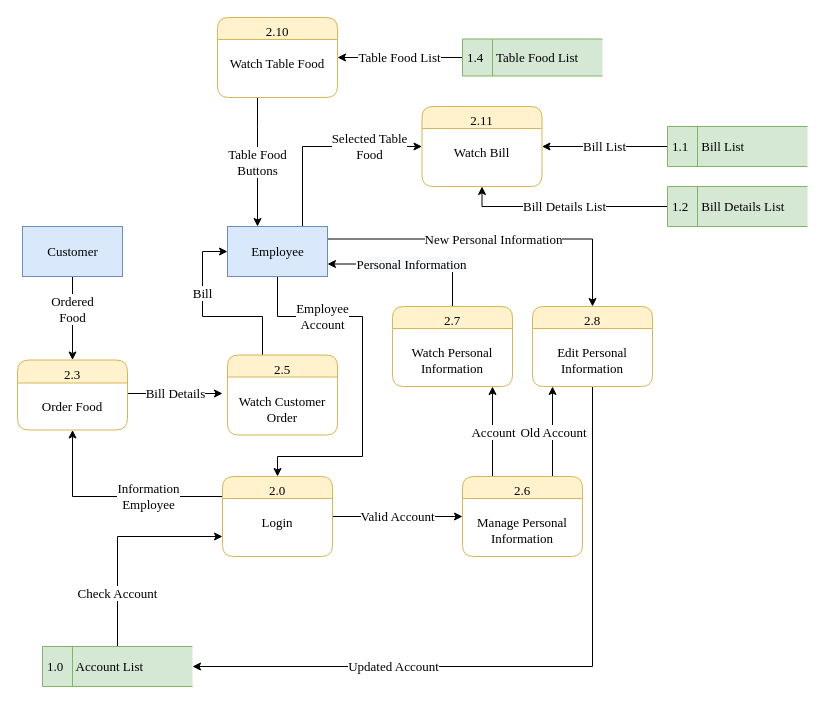
Earlier version of the draw.io diagram page "Level 2 - Employee" (7 of 9) of document/data flow/dfd.drawio (daomtthuan/do-an). Source tidied: cells renumbered, new cells numbered last; positions are measured from the earlier drawing's top-left corner, leaving out a move shared by most shapes. Both pictures are drawn from the tidied source at 100%, with x=0, y=0 at pixel (17, 17).
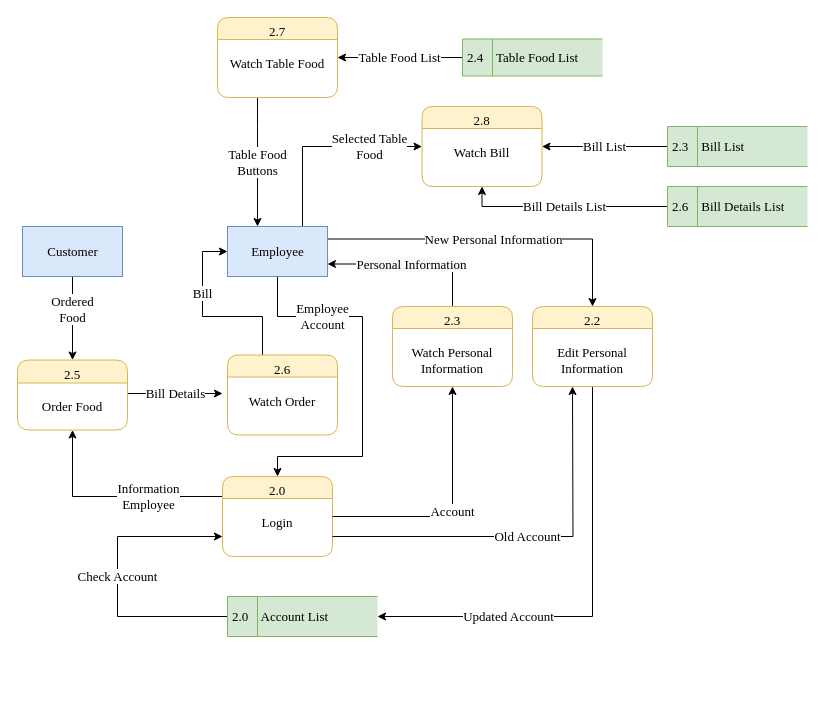
Above is the later version.

Unchanged cells that the change refers to:
```xml
<mxCell id="12" value="2.0&#10;&#10;Login" style="swimlane;fontStyle=0;horizontal=1;startSize=22;fillColor=#fff2cc;swimlaneFillColor=#ffffff;rounded=1;strokeWidth=1;verticalAlign=top;arcSize=17;labelPosition=center;verticalLabelPosition=middle;align=center;fontFamily=Times New Roman;strokeColor=#d6b656;fontSize=13;" parent="1" vertex="1">
  <mxGeometry x="205" y="459" width="110" height="80" as="geometry" />
</mxCell>
```

What changed in the source:
```diff
@@
-    <mxCell id="3" value="1.4&amp;nbsp; &amp;nbsp; Table Food List" style="html=1;dashed=0;whitespace=wrap;shape=mxgraph.dfd.dataStoreID;align=left;spacingLeft=3;points=[[0,0],[0.5,0],[1,0],[0,0.5],[1,0.5],[0,1],[0.5,1],[1,1]];fillColor=#d5e8d4;strokeColor=#82b366;fontFamily=Times New Roman;fontSize=13;" parent="1" vertex="1">
+    <mxCell id="3" value="2.4&amp;nbsp; &amp;nbsp; Table Food List" style="html=1;dashed=0;whitespace=wrap;shape=mxgraph.dfd.dataStoreID;align=left;spacingLeft=3;points=[[0,0],[0.5,0],[1,0],[0,0.5],[1,0.5],[0,1],[0.5,1],[1,1]];fillColor=#d5e8d4;strokeColor=#82b366;fontFamily=Times New Roman;fontSize=13;" parent="1" vertex="1">
       <mxGeometry x="445" y="21.5" width="140" height="37" as="geometry" />
     </mxCell>
@@
-    <mxCell id="11" value="Valid Account" style="edgeStyle=orthogonalEdgeStyle;rounded=0;jettySize=auto;html=1;entryX=0;entryY=0.5;entryDx=0;entryDy=0;fontFamily=Times New Roman;fontSize=13;" parent="1" edge="1" source="12" target="29">
-      <mxGeometry relative="1" as="geometry" />
-    </mxCell>
@@
-    <mxCell id="14" value="2.5&#10;&#10;Watch Customer&#10;Order" style="swimlane;fontStyle=0;horizontal=1;startSize=22;fillColor=#fff2cc;swimlaneFillColor=#ffffff;rounded=1;strokeWidth=1;verticalAlign=top;arcSize=17;labelPosition=center;verticalLabelPosition=middle;align=center;fontFamily=Times New Roman;strokeColor=#d6b656;fontSize=13;" parent="1" vertex="1">
+    <mxCell id="14" value="2.6&#10;&#10;Watch Order" style="swimlane;fontStyle=0;horizontal=1;startSize=22;fillColor=#fff2cc;swimlaneFillColor=#ffffff;rounded=1;strokeWidth=1;verticalAlign=top;arcSize=17;labelPosition=center;verticalLabelPosition=middle;align=center;fontFamily=Times New Roman;strokeColor=#d6b656;fontSize=13;" parent="1" vertex="1">
       <mxGeometry x="210" y="337.5" width="110" height="80" as="geometry" />
     </mxCell>
@@
-    <mxCell id="16" value="2.3&#10;&#10;Order Food" style="swimlane;fontStyle=0;horizontal=1;startSize=23;fillColor=#fff2cc;swimlaneFillColor=#ffffff;rounded=1;strokeWidth=1;verticalAlign=top;arcSize=17;labelPosition=center;verticalLabelPosition=middle;align=center;fontFamily=Times New Roman;strokeColor=#d6b656;fontSize=13;" parent="1" vertex="1">
+    <mxCell id="16" value="2.5&#10;&#10;Order Food" style="swimlane;fontStyle=0;horizontal=1;startSize=23;fillColor=#fff2cc;swimlaneFillColor=#ffffff;rounded=1;strokeWidth=1;verticalAlign=top;arcSize=17;labelPosition=center;verticalLabelPosition=middle;align=center;fontFamily=Times New Roman;strokeColor=#d6b656;fontSize=13;" parent="1" vertex="1">
       <mxGeometry y="342.5" width="110" height="70" as="geometry" />
     </mxCell>
     <mxCell id="17" value="Check Account" style="edgeStyle=orthogonalEdgeStyle;rounded=0;jettySize=auto;html=1;entryX=0;entryY=0.75;entryDx=0;entryDy=0;fontFamily=Times New Roman;fontSize=13;" parent="1" edge="1" source="18" target="12">
-      <mxGeometry x="-0.51" relative="1" as="geometry">
+      <mxGeometry x="0.02" relative="1" as="geometry">
         <Array as="points">
           <mxPoint x="100" y="519" />
         </Array>
       </mxGeometry>
     </mxCell>
-    <mxCell id="18" value="1.0&amp;nbsp; &amp;nbsp; Account List" style="html=1;dashed=0;whitespace=wrap;shape=mxgraph.dfd.dataStoreID;align=left;spacingLeft=3;points=[[0,0],[0.5,0],[1,0],[0,0.5],[1,0.5],[0,1],[0.5,1],[1,1]];fillColor=#d5e8d4;strokeColor=#82b366;fontFamily=Times New Roman;fontSize=13;" parent="1" vertex="1">
-      <mxGeometry x="25" y="629" width="150" height="40" as="geometry" />
+    <mxCell id="18" value="2.0&amp;nbsp; &amp;nbsp; Account List" style="html=1;dashed=0;whitespace=wrap;shape=mxgraph.dfd.dataStoreID;align=left;spacingLeft=3;points=[[0,0],[0.5,0],[1,0],[0,0.5],[1,0.5],[0,1],[0.5,1],[1,1]];fillColor=#d5e8d4;strokeColor=#82b366;fontFamily=Times New Roman;fontSize=13;" parent="1" vertex="1">
+      <mxGeometry x="210" y="579" width="150" height="40" as="geometry" />
     </mxCell>
@@
-    <mxCell id="20" value="1.1&amp;nbsp; &amp;nbsp; Bill List" style="html=1;dashed=0;whitespace=wrap;shape=mxgraph.dfd.dataStoreID;align=left;spacingLeft=3;points=[[0,0],[0.5,0],[1,0],[0,0.5],[1,0.5],[0,1],[0.5,1],[1,1]];fillColor=#d5e8d4;strokeColor=#82b366;fontFamily=Times New Roman;fontSize=13;" parent="1" vertex="1">
+    <mxCell id="20" value="2.3&amp;nbsp; &amp;nbsp; Bill List" style="html=1;dashed=0;whitespace=wrap;shape=mxgraph.dfd.dataStoreID;align=left;spacingLeft=3;points=[[0,0],[0.5,0],[1,0],[0,0.5],[1,0.5],[0,1],[0.5,1],[1,1]];fillColor=#d5e8d4;strokeColor=#82b366;fontFamily=Times New Roman;fontSize=13;" parent="1" vertex="1">
       <mxGeometry x="650" y="109" width="140" height="40" as="geometry" />
     </mxCell>
@@
-    <mxCell id="22" value="1.2&amp;nbsp; &amp;nbsp; Bill Details List" style="html=1;dashed=0;whitespace=wrap;shape=mxgraph.dfd.dataStoreID;align=left;spacingLeft=3;points=[[0,0],[0.5,0],[1,0],[0,0.5],[1,0.5],[0,1],[0.5,1],[1,1]];fillColor=#d5e8d4;strokeColor=#82b366;fontFamily=Times New Roman;fontSize=13;" parent="1" vertex="1">
+    <mxCell id="22" value="2.6&amp;nbsp; &amp;nbsp; Bill Details List" style="html=1;dashed=0;whitespace=wrap;shape=mxgraph.dfd.dataStoreID;align=left;spacingLeft=3;points=[[0,0],[0.5,0],[1,0],[0,0.5],[1,0.5],[0,1],[0.5,1],[1,1]];fillColor=#d5e8d4;strokeColor=#82b366;fontFamily=Times New Roman;fontSize=13;" parent="1" vertex="1">
       <mxGeometry x="650" y="169" width="140" height="40" as="geometry" />
     </mxCell>
     <mxCell id="23" value="&lt;span style=&quot;font-size: 13px;&quot;&gt;Updated Account&lt;/span&gt;" style="edgeStyle=orthogonalEdgeStyle;rounded=0;jettySize=auto;html=1;entryX=1;entryY=0.5;entryDx=0;entryDy=0;exitX=0.5;exitY=1;exitDx=0;exitDy=0;fontFamily=Times New Roman;fontSize=13;" parent="1" edge="1" source="24" target="18">
       <mxGeometry x="0.41" relative="1" as="geometry">
         <Array as="points">
-          <mxPoint x="575" y="649" />
+          <mxPoint x="575" y="599" />
         </Array>
       </mxGeometry>
     </mxCell>
-    <mxCell id="24" value="2.8&#10;&#10;Edit Personal&#10;Information" style="swimlane;fontStyle=0;horizontal=1;startSize=22;fillColor=#fff2cc;swimlaneFillColor=#ffffff;rounded=1;strokeWidth=1;verticalAlign=top;arcSize=17;labelPosition=center;verticalLabelPosition=middle;align=center;fontFamily=Times New Roman;strokeColor=#d6b656;fontSize=13;" parent="1" vertex="1">
+    <mxCell id="24" value="2.2&#10;&#10;Edit Personal&#10;Information" style="swimlane;fontStyle=0;horizontal=1;startSize=22;fillColor=#fff2cc;swimlaneFillColor=#ffffff;rounded=1;strokeWidth=1;verticalAlign=top;arcSize=17;labelPosition=center;verticalLabelPosition=middle;align=center;fontFamily=Times New Roman;strokeColor=#d6b656;fontSize=13;" parent="1" vertex="1">
       <mxGeometry x="515" y="289" width="120" height="80" as="geometry" />
     </mxCell>
@@
-    <mxCell id="26" value="2.7&#10;&#10;Watch Personal&#10;Information" style="swimlane;fontStyle=0;horizontal=1;startSize=22;fillColor=#fff2cc;swimlaneFillColor=#ffffff;rounded=1;strokeWidth=1;verticalAlign=top;arcSize=17;labelPosition=center;verticalLabelPosition=middle;align=center;fontFamily=Times New Roman;strokeColor=#d6b656;fontSize=13;" parent="1" vertex="1">
+    <mxCell id="26" value="2.3&#10;&#10;Watch Personal&#10;Information" style="swimlane;fontStyle=0;horizontal=1;startSize=22;fillColor=#fff2cc;swimlaneFillColor=#ffffff;rounded=1;strokeWidth=1;verticalAlign=top;arcSize=17;labelPosition=center;verticalLabelPosition=middle;align=center;fontFamily=Times New Roman;strokeColor=#d6b656;fontSize=13;" parent="1" vertex="1">
       <mxGeometry x="375" y="289" width="120" height="80" as="geometry" />
     </mxCell>
-    <mxCell id="27" value="Account" style="edgeStyle=orthogonalEdgeStyle;rounded=0;jettySize=auto;html=1;exitX=0.25;exitY=0;exitDx=0;exitDy=0;fontFamily=Times New Roman;fontSize=13;" parent="1" edge="1" source="29">
-      <mxGeometry relative="1" as="geometry">
-        <mxPoint x="475" y="369" as="targetPoint" />
-      </mxGeometry>
+    <mxCell id="27" value="Account" style="edgeStyle=orthogonalEdgeStyle;rounded=0;jettySize=auto;html=1;exitX=1;exitY=0.5;exitDx=0;exitDy=0;fontFamily=Times New Roman;fontSize=13;entryX=0.5;entryY=1;entryDx=0;entryDy=0;" parent="1" edge="1" source="12" target="26">
+      <mxGeometry relative="1" as="geometry" />
     </mxCell>
-    <mxCell id="28" value="Old Account" style="edgeStyle=orthogonalEdgeStyle;rounded=0;jettySize=auto;html=1;exitX=0.75;exitY=0;exitDx=0;exitDy=0;fontFamily=Times New Roman;fontSize=13;" parent="1" edge="1" source="29">
+    <mxCell id="28" value="Old Account" style="edgeStyle=orthogonalEdgeStyle;rounded=0;jettySize=auto;html=1;exitX=1;exitY=0.75;exitDx=0;exitDy=0;fontFamily=Times New Roman;fontSize=13;" parent="1" edge="1" source="12">
       <mxGeometry relative="1" as="geometry">
-        <mxPoint x="535" y="369" as="targetPoint" />
+        <mxPoint x="555" y="369" as="targetPoint" />
       </mxGeometry>
     </mxCell>
-    <mxCell id="29" value="2.6&#10;&#10;Manage Personal&#10;Information" style="swimlane;fontStyle=0;horizontal=1;startSize=22;fillColor=#fff2cc;swimlaneFillColor=#ffffff;rounded=1;strokeWidth=1;verticalAlign=top;arcSize=17;labelPosition=center;verticalLabelPosition=middle;align=center;fontFamily=Times New Roman;strokeColor=#d6b656;fontSize=13;" parent="1" vertex="1">
-      <mxGeometry x="445" y="459" width="120" height="80" as="geometry" />
-    </mxCell>
@@
-    <mxCell id="31" value="2.10&#10;&#10;Watch Table Food" style="swimlane;fontStyle=0;horizontal=1;startSize=22;fillColor=#fff2cc;swimlaneFillColor=#ffffff;rounded=1;strokeWidth=1;verticalAlign=top;arcSize=17;labelPosition=center;verticalLabelPosition=middle;align=center;fontFamily=Times New Roman;strokeColor=#d6b656;fontSize=13;" parent="1" vertex="1">
+    <mxCell id="31" value="2.7&#10;&#10;Watch Table Food" style="swimlane;fontStyle=0;horizontal=1;startSize=22;fillColor=#fff2cc;swimlaneFillColor=#ffffff;rounded=1;strokeWidth=1;verticalAlign=top;arcSize=17;labelPosition=center;verticalLabelPosition=middle;align=center;fontFamily=Times New Roman;strokeColor=#d6b656;fontSize=13;" parent="1" vertex="1">
       <mxGeometry x="200" width="120" height="80" as="geometry" />
     </mxCell>
-    <mxCell id="32" value="2.11&#10;&#10;Watch Bill" style="swimlane;fontStyle=0;horizontal=1;startSize=22;fillColor=#fff2cc;swimlaneFillColor=#ffffff;rounded=1;strokeWidth=1;verticalAlign=top;arcSize=17;labelPosition=center;verticalLabelPosition=middle;align=center;fontFamily=Times New Roman;strokeColor=#d6b656;fontSize=13;" parent="1" vertex="1">
+    <mxCell id="32" value="2.8&#10;&#10;Watch Bill" style="swimlane;fontStyle=0;horizontal=1;startSize=22;fillColor=#fff2cc;swimlaneFillColor=#ffffff;rounded=1;strokeWidth=1;verticalAlign=top;arcSize=17;labelPosition=center;verticalLabelPosition=middle;align=center;fontFamily=Times New Roman;strokeColor=#d6b656;fontSize=13;" parent="1" vertex="1">
       <mxGeometry x="404.5" y="89" width="120" height="80" as="geometry" />
     </mxCell>
```
